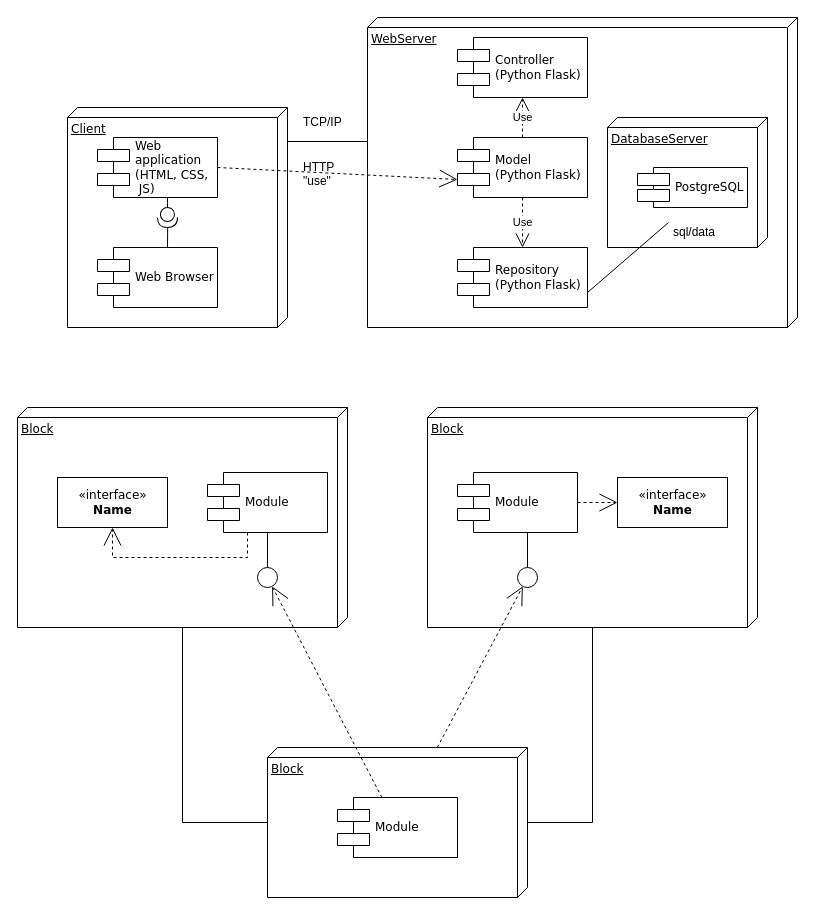
Above: Диаграмма без названия.drawio in Anaastasiya/- (draw.io), before the change. Source tidied: cells renumbered, new cells numbered last; positions are measured from the earlier drawing's top-left corner, leaving out a move shared by most shapes. Both pictures are drawn from the tidied source at 100%, with x=0, y=0 at pixel (17, 17).
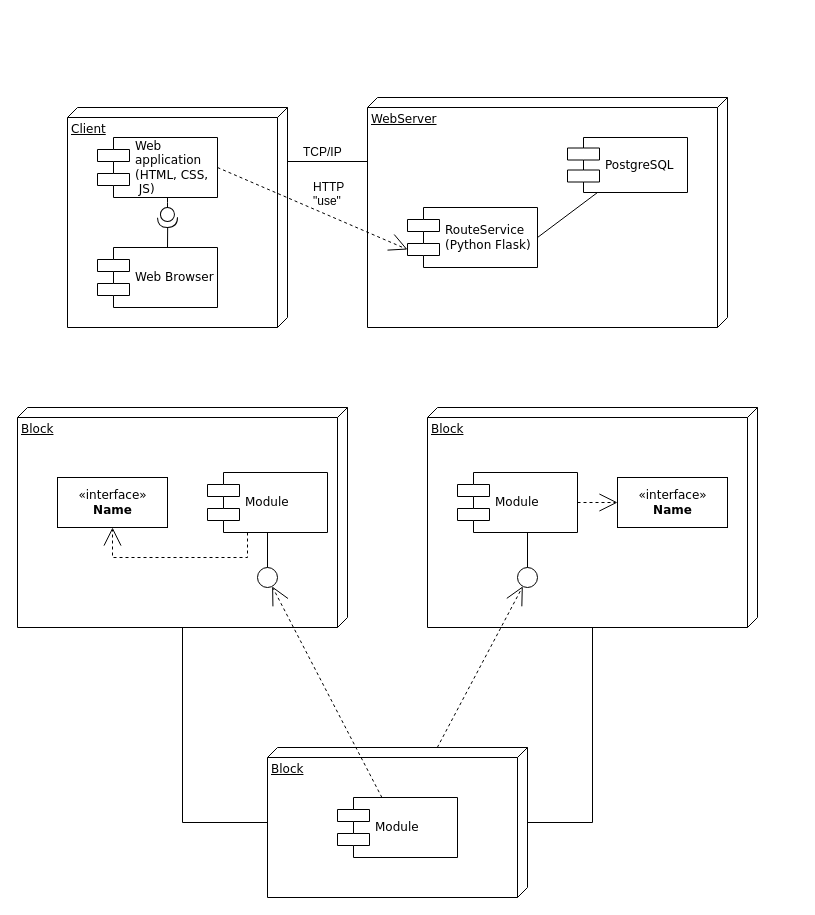
The same diagram, later.

Diff of the diagram source:
```diff
@@
     <mxCell id="21" value="WebServer" style="verticalAlign=top;align=left;spacingTop=8;spacingLeft=2;spacingRight=12;shape=cube;size=10;direction=south;fontStyle=4;html=1;rounded=0;shadow=0;comic=0;labelBackgroundColor=none;strokeWidth=1;fontFamily=Verdana;fontSize=12;" parent="1" vertex="1">
-      <mxGeometry x="350" width="430" height="310" as="geometry" />
+      <mxGeometry x="350" y="80" width="360" height="230" as="geometry" />
     </mxCell>
-    <mxCell id="22" value="DatabaseServer" style="verticalAlign=top;align=left;spacingTop=8;spacingLeft=2;spacingRight=12;shape=cube;size=10;direction=south;fontStyle=4;html=1;rounded=0;shadow=0;comic=0;labelBackgroundColor=none;strokeWidth=1;fontFamily=Verdana;fontSize=12;" parent="1" vertex="1">
-      <mxGeometry x="590" y="100" width="160" height="130" as="geometry" />
-    </mxCell>
@@
-    <mxCell id="24" value="Controller&lt;br style=&quot;border-color: var(--border-color);&quot;&gt;(Python Flask)" style="shape=component;align=left;spacingLeft=36;rounded=0;shadow=0;comic=0;labelBackgroundColor=none;strokeWidth=1;fontFamily=Verdana;fontSize=12;html=1;" parent="1" vertex="1">
-      <mxGeometry x="440" y="20" width="130" height="60" as="geometry" />
-    </mxCell>
     <mxCell id="25" value="PostgreSQL" style="shape=component;align=left;spacingLeft=36;rounded=0;shadow=0;comic=0;labelBackgroundColor=none;strokeWidth=1;fontFamily=Verdana;fontSize=12;html=1;" parent="1" vertex="1">
-      <mxGeometry x="620" y="150" width="110" height="40" as="geometry" />
+      <mxGeometry x="550" y="120" width="120" height="55" as="geometry" />
     </mxCell>
@@
     <mxCell id="31" value="TCP/IP" style="text;strokeColor=none;fillColor=none;align=left;verticalAlign=middle;spacingLeft=4;spacingRight=4;overflow=hidden;whiteSpace=wrap;html=1;" parent="1" vertex="1">
-      <mxGeometry x="280" y="90" width="80" height="30" as="geometry" />
+      <mxGeometry x="280" y="120" width="80" height="30" as="geometry" />
     </mxCell>
+    <mxCell id="40" style="rounded=0;jettySize=auto;html=1;exitX=1;exitY=0.5;exitDx=0;exitDy=0;entryX=0.25;entryY=1;entryDx=0;entryDy=0;endArrow=none;endFill=0;" parent="1" edge="1" source="32" target="25">
+      <mxGeometry relative="1" as="geometry" />
+    </mxCell>
-    <mxCell id="32" value="Model&lt;br style=&quot;border-color: var(--border-color);&quot;&gt;(Python Flask)" style="shape=component;align=left;spacingLeft=36;rounded=0;shadow=0;comic=0;labelBackgroundColor=none;strokeWidth=1;fontFamily=Verdana;fontSize=12;html=1;" parent="1" vertex="1">
-      <mxGeometry x="440" y="120" width="130" height="60" as="geometry" />
+    <mxCell id="32" value="RouteService&lt;br style=&quot;border-color: var(--border-color);&quot;&gt;(Python Flask)" style="shape=component;align=left;spacingLeft=36;rounded=0;shadow=0;comic=0;labelBackgroundColor=none;strokeWidth=1;fontFamily=Verdana;fontSize=12;html=1;" parent="1" vertex="1">
+      <mxGeometry x="390" y="190" width="130" height="60" as="geometry" />
     </mxCell>
     <mxCell id="33" value="HTTP&lt;br&gt;&quot;use&quot;" style="text;strokeColor=none;fillColor=none;align=left;verticalAlign=middle;spacingLeft=4;spacingRight=4;overflow=hidden;whiteSpace=wrap;html=1;" parent="1" vertex="1">
-      <mxGeometry x="280" y="140" width="80" height="30" as="geometry" />
+      <mxGeometry x="290" y="160" width="80" height="30" as="geometry" />
     </mxCell>
-    <mxCell id="34" value="Use" style="endArrow=open;endSize=12;dashed=1;html=1;rounded=0;entryX=0.5;entryY=1;entryDx=0;entryDy=0;exitX=0.5;exitY=0;exitDx=0;exitDy=0;" parent="1" edge="1" source="32" target="24">
-      <mxGeometry relative="1" as="geometry" />
-    </mxCell>
-    <mxCell id="35" value="Repository&lt;br&gt;(Python Flask)" style="shape=component;align=left;spacingLeft=36;rounded=0;shadow=0;comic=0;labelBackgroundColor=none;strokeWidth=1;fontFamily=Verdana;fontSize=12;html=1;" parent="1" vertex="1">
-      <mxGeometry x="440" y="230" width="130" height="60" as="geometry" />
-    </mxCell>
-    <mxCell id="36" value="Use" style="endArrow=open;endSize=12;dashed=1;html=1;rounded=0;exitX=0.5;exitY=1;exitDx=0;exitDy=0;entryX=0.5;entryY=0;entryDx=0;entryDy=0;" parent="1" edge="1" source="32" target="35">
-      <mxGeometry relative="1" as="geometry" />
-    </mxCell>
     <mxCell id="37" style="line;strokeWidth=1;fillColor=none;align=left;verticalAlign=middle;spacingTop=-1;spacingLeft=3;spacingRight=3;labelPosition=right;strokeColor=inherit;" parent="1" vertex="1">
-      <mxGeometry x="270" y="120" width="80" height="8" as="geometry" />
+      <mxGeometry x="270" y="140" width="80" height="8" as="geometry" />
     </mxCell>
-    <mxCell id="38" style="jettySize=auto;html=1;rounded=0;exitX=1;exitY=0.75;exitDx=0;exitDy=0;endArrow=none;endFill=0;entryX=0.012;entryY=0.167;entryDx=0;entryDy=0;entryPerimeter=0;" parent="1" edge="1" source="35" target="39">
-      <mxGeometry relative="1" as="geometry" />
-    </mxCell>
-    <mxCell id="39" value="sql/data" style="text;strokeColor=none;fillColor=none;align=left;verticalAlign=middle;spacingLeft=4;spacingRight=4;overflow=hidden;points=[[0,0.5],[1,0.5]];portConstraint=eastwest;whiteSpace=wrap;html=1;" parent="1" vertex="1">
-      <mxGeometry x="650" y="200" width="85" height="30" as="geometry" />
-    </mxCell>
```
